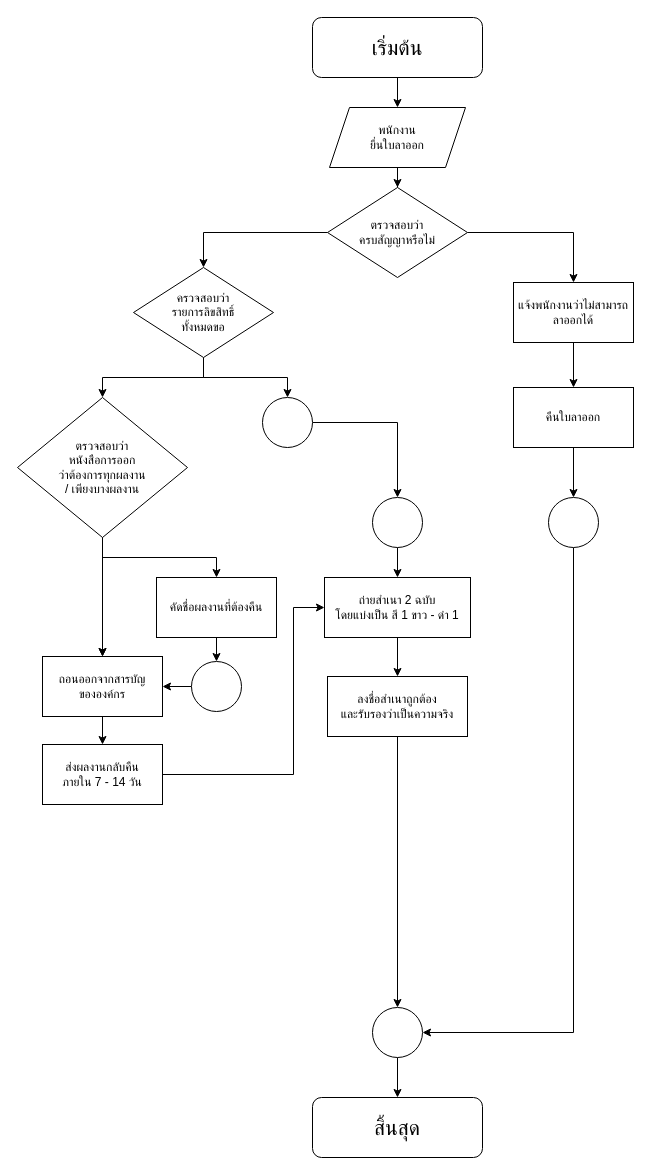
Before: page "Page-3" (3 of 3) of week1.drawio in toonshouin/psc-flowchart-workshop, a draw.io diagram. Source tidied: cells renumbered, new cells numbered last; positions are measured from the earlier drawing's top-left corner, leaving out a move shared by most shapes. Both pictures are drawn from the tidied source at 100%, with x=0, y=0 at pixel (17, 17).
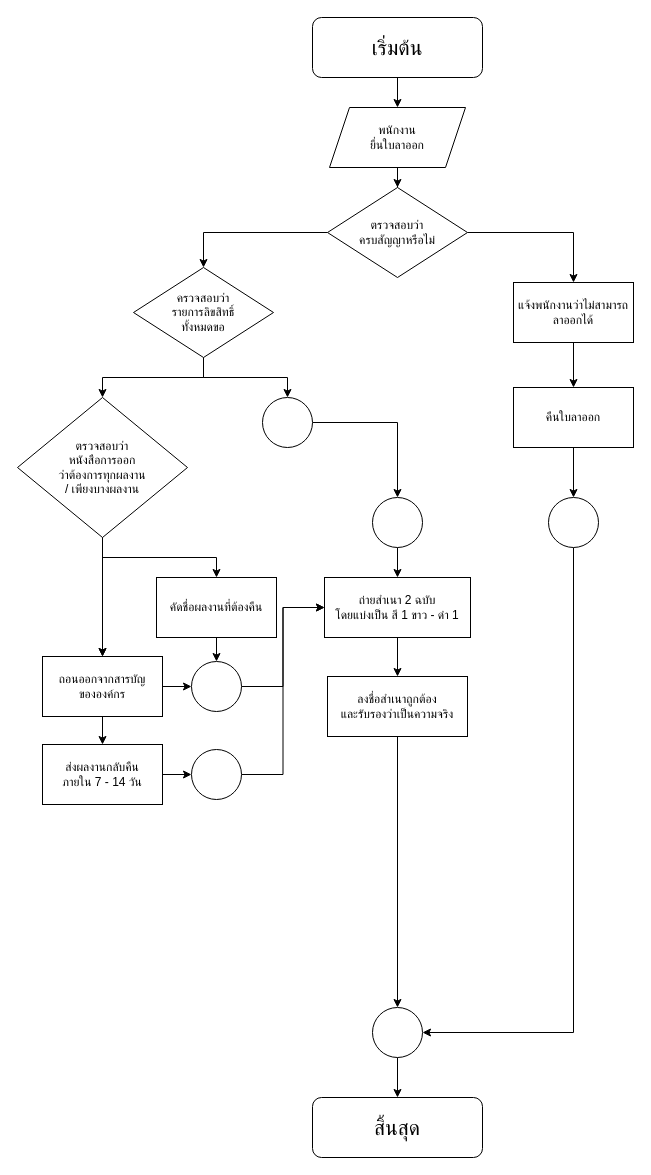
After the change.

The change refers to these unchanged cells:
```xml
<mxCell id="28" value="&lt;div&gt;ถอนออกจากสารบัญ&lt;/div&gt;&lt;div&gt;ขององค์กร&lt;/div&gt;" style="whiteSpace=wrap;html=1;" parent="1" vertex="1">
  <mxGeometry x="25" y="639" width="120" height="60" as="geometry" />
</mxCell>
<mxCell id="32" style="ellipse;whiteSpace=wrap;html=1;" parent="1" vertex="1">
  <mxGeometry x="174" y="644" width="50" height="50" as="geometry" />
</mxCell>
<mxCell id="34" value="&lt;div&gt;ส่งผลงานกลับคืน&lt;/div&gt;&lt;div&gt;ภายใน 7 - 14 วัน&lt;/div&gt;" style="whiteSpace=wrap;html=1;" parent="1" vertex="1">
  <mxGeometry x="25" y="727" width="120" height="60" as="geometry" />
</mxCell>
<mxCell id="36" value="&lt;div&gt;ถ่ายสำเนา 2 ฉบับ&lt;/div&gt;&lt;div&gt;โดยแบ่งเป็น สี 1 ขาว - ดำ 1&lt;/div&gt;" style="rounded=0;whiteSpace=wrap;html=1;" parent="1" vertex="1">
  <mxGeometry x="307" y="560" width="146" height="60" as="geometry" />
</mxCell>
```

Diff of the diagram source:
```diff
@@
+    <mxCell id="41" style="edgeStyle=orthogonalEdgeStyle;rounded=0;jettySize=auto;html=1;exitX=1;exitY=0.5;exitDx=0;exitDy=0;entryX=0;entryY=0.5;entryDx=0;entryDy=0;" parent="1" edge="1" source="28" target="32">
+      <mxGeometry relative="1" as="geometry" />
+    </mxCell>
@@
-    <mxCell id="31" style="edgeStyle=orthogonalEdgeStyle;rounded=0;jettySize=auto;html=1;entryX=1;entryY=0.5;entryDx=0;entryDy=0;" parent="1" edge="1" source="32" target="28">
-      <mxGeometry relative="1" as="geometry" />
-    </mxCell>
+    <mxCell id="42" style="edgeStyle=orthogonalEdgeStyle;rounded=0;jettySize=auto;html=1;entryX=0;entryY=0.5;entryDx=0;entryDy=0;" parent="1" edge="1" source="32" target="36">
+      <mxGeometry relative="1" as="geometry" />
+    </mxCell>
@@
-    <mxCell id="33" style="edgeStyle=orthogonalEdgeStyle;rounded=0;jettySize=auto;html=1;entryX=0;entryY=0.5;entryDx=0;entryDy=0;exitX=1;exitY=0.5;exitDx=0;exitDy=0;" parent="1" edge="1" source="34" target="36">
-      <mxGeometry relative="1" as="geometry">
-        <Array as="points">
-          <mxPoint x="276" y="757" />
-          <mxPoint x="276" y="590" />
-        </Array>
-      </mxGeometry>
-    </mxCell>
+    <mxCell id="43" style="edgeStyle=orthogonalEdgeStyle;rounded=0;jettySize=auto;html=1;entryX=0;entryY=0.5;entryDx=0;entryDy=0;" parent="1" edge="1" source="34" target="45">
+      <mxGeometry relative="1" as="geometry" />
+    </mxCell>
@@
+    <mxCell id="44" style="edgeStyle=orthogonalEdgeStyle;rounded=0;jettySize=auto;html=1;exitX=1;exitY=0.5;exitDx=0;exitDy=0;entryX=0;entryY=0.5;entryDx=0;entryDy=0;" parent="1" edge="1" source="45" target="36">
+      <mxGeometry relative="1" as="geometry" />
+    </mxCell>
+    <mxCell id="45" style="ellipse;whiteSpace=wrap;html=1;" parent="1" vertex="1">
+      <mxGeometry x="174" y="732" width="50" height="50" as="geometry" />
+    </mxCell>
```
